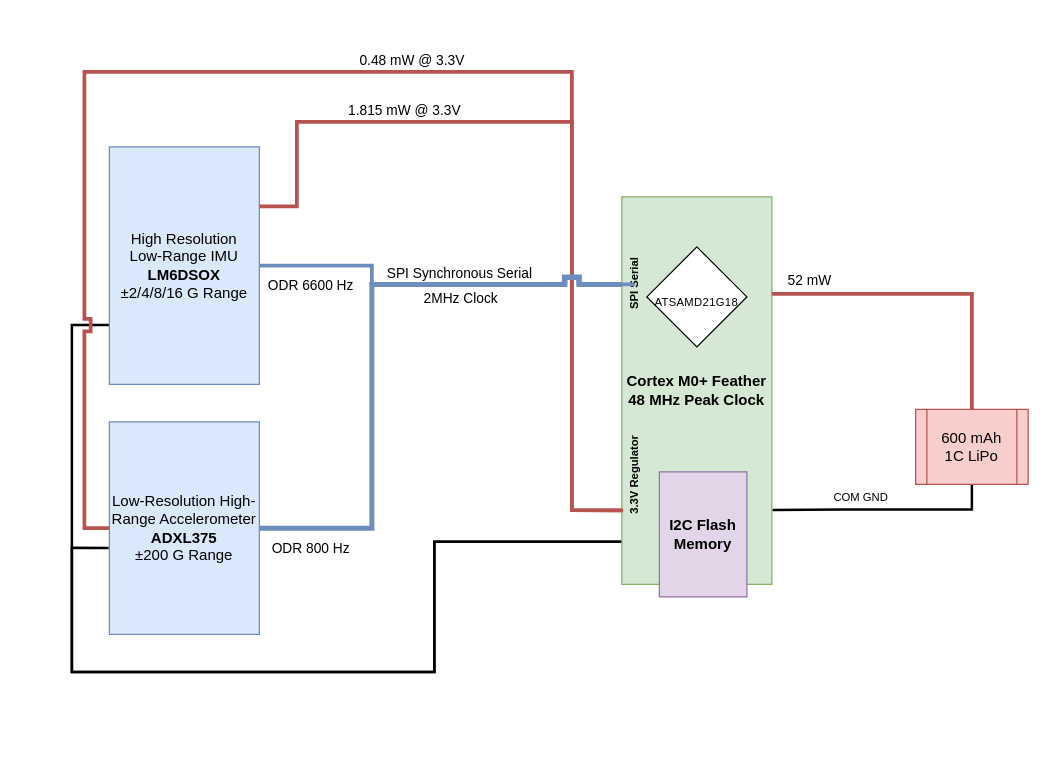
Earlier version of the draw.io diagram functionalblockdiagram-102722.drawio (ceugomez/wiigls). Source tidied: cells renumbered, new cells numbered last; positions are measured from the earlier drawing's top-left corner, leaving out a move shared by most shapes. Both pictures are drawn from the tidied source at 125%, with x=0, y=0 at pixel (71, 71).
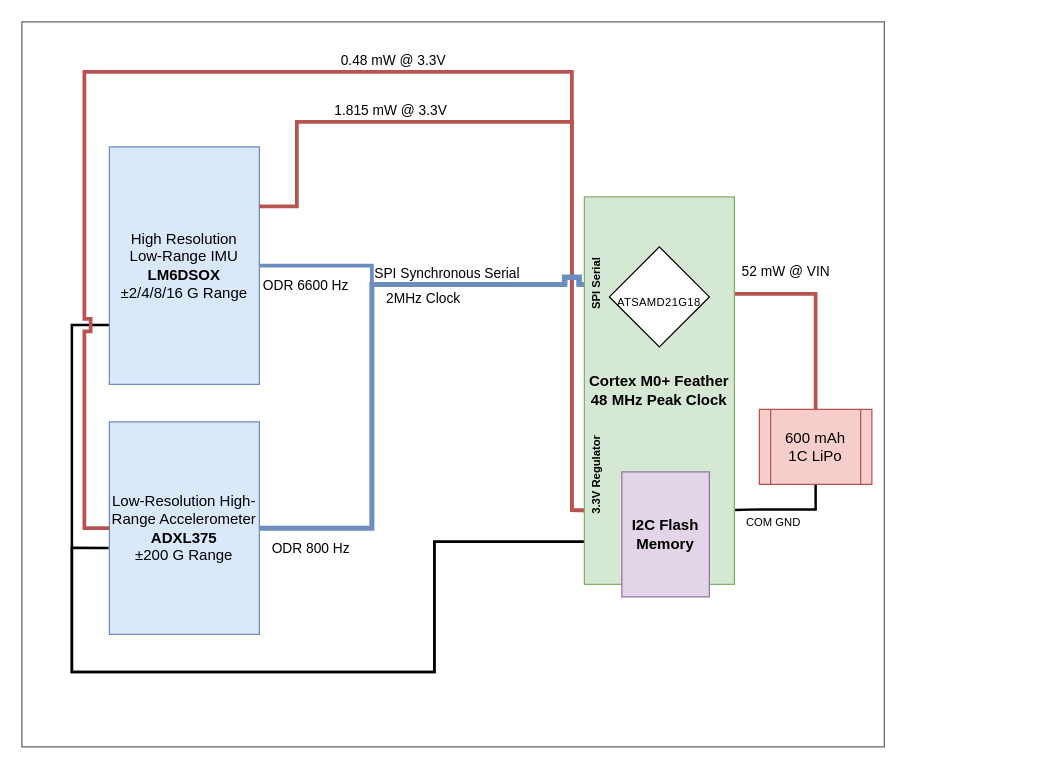
After the change.

The change refers to these unchanged cells:
```xml
<mxCell id="9" style="edgeStyle=orthogonalEdgeStyle;rounded=0;jettySize=auto;html=1;exitX=0.5;exitY=0;exitDx=0;exitDy=0;entryX=1;entryY=0.25;entryDx=0;entryDy=0;strokeWidth=3;endArrow=none;endFill=0;fillColor=#f8cecc;strokeColor=#b85450;fontFamily=Helvetica;" parent="1" edge="1" source="13" target="6">
  <mxGeometry x="-0.11" y="-18" relative="1" as="geometry" />
</mxCell>
<mxCell id="21" style="edgeStyle=orthogonalEdgeStyle;rounded=0;jettySize=auto;html=1;exitX=1;exitY=0.5;exitDx=0;exitDy=0;fillColor=#dae8fc;strokeColor=#6c8ebf;strokeWidth=4;endArrow=none;endFill=0;fontFamily=Helvetica;jumpStyle=sharp;" parent="1" edge="1" source="4">
  <mxGeometry relative="1" as="geometry">
    <mxPoint x="440" y="170" as="targetPoint" />
    <Array as="points">
      <mxPoint x="240" y="365" />
      <mxPoint x="240" y="170" />
    </Array>
  </mxGeometry>
</mxCell>
```

The edit, as a diff of the source:
```diff
@@
+    <mxCell id="26" style="rounded=0;whiteSpace=wrap;html=1;labelBackgroundColor=none;fontFamily=Helvetica;fontSize=9;fillColor=none;fontColor=#333333;strokeColor=#666666;gradientColor=none;fillStyle=dashed;" parent="1" vertex="1">
+      <mxGeometry x="-40" y="-40" width="690" height="580" as="geometry" />
+    </mxCell>
@@
-    <mxCell id="6" value="Cortex M0+ Feather&lt;br&gt;48 MHz Peak Clock&lt;br&gt;" style="rounded=0;whiteSpace=wrap;html=1;fillColor=#d5e8d4;strokeColor=#82b366;fontFamily=Helvetica;fontStyle=1;points=[[0,0,0,0,0],[0,0.25,0,0,0],[0,0.5,0,0,0],[0,0.75,0,0,0],[0,0.89,0,0,0],[0,1,0,0,0],[0.25,0,0,0,0],[0.25,1,0,0,0],[0.5,0,0,0,0],[0.5,1,0,0,0],[0.75,0,0,0,0],[0.75,1,0,0,0],[1,0,0,0,0],[1,0.25,0,0,0],[1,0.5,0,0,0],[1,0.75,0,0,0],[1,1,0,0,0]];" parent="1" vertex="1">
-      <mxGeometry x="440" y="100" width="120" height="310" as="geometry" />
-    </mxCell>
-    <mxCell id="7" value="I2C Flash Memory" style="rounded=0;whiteSpace=wrap;html=1;fillColor=#e1d5e7;strokeColor=#9673a6;fontFamily=Helvetica;fontStyle=1;" parent="1" vertex="1">
-      <mxGeometry x="470" y="320" width="70" height="100" as="geometry" />
-    </mxCell>
@@
-    <mxCell id="10" value="52 mW" style="edgeLabel;html=1;align=center;verticalAlign=middle;fontFamily=Helvetica;" parent="9" vertex="1">
+    <mxCell id="10" value="52 mW @ VIN" style="edgeLabel;html=1;align=center;verticalAlign=middle;fontFamily=Helvetica;" parent="9" vertex="1">
       <mxGeometry x="0.59" y="-3" relative="1" as="geometry">
-        <mxPoint x="-22" y="-8" as="offset" />
+        <mxPoint x="8" y="-15" as="offset" />
       </mxGeometry>
     </mxCell>
     <mxCell id="11" style="edgeStyle=orthogonalEdgeStyle;rounded=0;jettySize=auto;html=1;exitX=0.5;exitY=1;exitDx=0;exitDy=0;entryX=1.005;entryY=0.808;entryDx=0;entryDy=0;entryPerimeter=0;fontFamily=Helvetica;fontSize=9;endArrow=none;endFill=0;strokeWidth=2;" parent="1" edge="1" source="13" target="6">
-      <mxGeometry relative="1" as="geometry" />
+      <mxGeometry relative="1" as="geometry">
+        <Array as="points">
+          <mxPoint x="595" y="350" />
+          <mxPoint x="550" y="350" />
+        </Array>
+      </mxGeometry>
     </mxCell>
     <mxCell id="12" value="COM GND" style="edgeLabel;html=1;align=center;verticalAlign=middle;fontSize=9;fontFamily=Helvetica;" parent="11" vertex="1">
       <mxGeometry x="0.07" y="1" relative="1" as="geometry">
-        <mxPoint x="-14" y="-11" as="offset" />
+        <mxPoint x="-10" y="9" as="offset" />
       </mxGeometry>
     </mxCell>
     <mxCell id="13" value="600 mAh&lt;br&gt;1C LiPo" style="shape=process;whiteSpace=wrap;html=1;backgroundOutline=1;fillColor=#f8cecc;strokeColor=#b85450;fontFamily=Helvetica;" parent="1" vertex="1">
-      <mxGeometry x="675" y="270" width="90" height="60" as="geometry" />
+      <mxGeometry x="550" y="270" width="90" height="60" as="geometry" />
     </mxCell>
-    <mxCell id="14" value="&lt;p style=&quot;&quot;&gt;&lt;span style=&quot;letter-spacing: 0.28px; text-align: left;&quot;&gt;&lt;font style=&quot;font-size: 9px;&quot;&gt;ATSAMD21G18&lt;/font&gt;&lt;/span&gt;&lt;/p&gt;" style="rhombus;whiteSpace=wrap;html=1;fontSize=20;fillColor=default;fontFamily=Helvetica;" parent="1" vertex="1">
-      <mxGeometry x="460" y="140" width="80" height="80" as="geometry" />
-    </mxCell>
-    <mxCell id="15" value="SPI Serial" style="text;html=1;align=center;verticalAlign=middle;strokeColor=none;fillColor=none;fontSize=9;fontFamily=Helvetica;rotation=-90;fontStyle=1;" parent="1" vertex="1">
-      <mxGeometry x="420" y="160" width="60" height="20" as="geometry" />
-    </mxCell>
-    <mxCell id="16" value="3.3V Regulator" style="text;html=1;align=center;verticalAlign=middle;points=[];strokeColor=none;fillColor=none;fontSize=9;fontFamily=Helvetica;rotation=-90;fontStyle=1;" parent="1" vertex="1">
-      <mxGeometry x="405" y="313" width="90" height="20" as="geometry" />
-    </mxCell>
@@
     <mxCell id="22" value="SPI Synchronous Serial" style="edgeLabel;html=1;align=center;verticalAlign=middle;fontFamily=Helvetica;" parent="21" vertex="1">
       <mxGeometry x="0.32" y="3" relative="1" as="geometry">
-        <mxPoint x="34" y="-7" as="offset" />
+        <mxPoint x="24" y="-7" as="offset" />
       </mxGeometry>
     </mxCell>
     <mxCell id="23" value="2MHz Clock" style="edgeLabel;html=1;align=center;verticalAlign=middle;fontFamily=Helvetica;" parent="21" vertex="1">
       <mxGeometry x="0.39" y="1" relative="1" as="geometry">
-        <mxPoint x="18" y="11" as="offset" />
+        <mxPoint x="-12" y="11" as="offset" />
       </mxGeometry>
     </mxCell>
@@
+    <mxCell id="27" style="group;" parent="1" vertex="1">
+      <mxGeometry x="410" y="100" width="120" height="320" as="geometry" />
+    </mxCell>
+    <mxCell id="6" value="Cortex M0+ Feather&lt;br&gt;48 MHz Peak Clock&lt;br&gt;" style="rounded=0;whiteSpace=wrap;html=1;fillColor=#d5e8d4;strokeColor=#82b366;fontFamily=Helvetica;fontStyle=1;points=[[0,0,0,0,0],[0,0.25,0,0,0],[0,0.5,0,0,0],[0,0.75,0,0,0],[0,0.89,0,0,0],[0,1,0,0,0],[0.25,0,0,0,0],[0.25,1,0,0,0],[0.5,0,0,0,0],[0.5,1,0,0,0],[0.75,0,0,0,0],[0.75,1,0,0,0],[1,0,0,0,0],[1,0.25,0,0,0],[1,0.5,0,0,0],[1,0.75,0,0,0],[1,1,0,0,0]];" parent="27" vertex="1">
+      <mxGeometry width="120" height="310" as="geometry" />
+    </mxCell>
+    <mxCell id="7" value="I2C Flash Memory" style="rounded=0;whiteSpace=wrap;html=1;fillColor=#e1d5e7;strokeColor=#9673a6;fontFamily=Helvetica;fontStyle=1;" parent="27" vertex="1">
+      <mxGeometry x="30" y="220" width="70" height="100" as="geometry" />
+    </mxCell>
+    <mxCell id="14" value="&lt;p style=&quot;&quot;&gt;&lt;span style=&quot;letter-spacing: 0.28px; text-align: left;&quot;&gt;&lt;font style=&quot;font-size: 9px;&quot;&gt;ATSAMD21G18&lt;/font&gt;&lt;/span&gt;&lt;/p&gt;" style="rhombus;whiteSpace=wrap;html=1;fontSize=20;fillColor=default;fontFamily=Helvetica;" parent="27" vertex="1">
+      <mxGeometry x="20" y="40" width="80" height="80" as="geometry" />
+    </mxCell>
+    <mxCell id="15" value="SPI Serial" style="text;html=1;align=center;verticalAlign=middle;strokeColor=none;fillColor=none;fontSize=9;fontFamily=Helvetica;rotation=-90;fontStyle=1;" parent="27" vertex="1">
+      <mxGeometry x="-20" y="60" width="60" height="20" as="geometry" />
+    </mxCell>
+    <mxCell id="16" value="3.3V Regulator" style="text;html=1;align=center;verticalAlign=middle;points=[];strokeColor=none;fillColor=none;fontSize=9;fontFamily=Helvetica;rotation=-90;fontStyle=1;" parent="27" vertex="1">
+      <mxGeometry x="-35" y="213" width="90" height="20" as="geometry" />
+    </mxCell>
```
